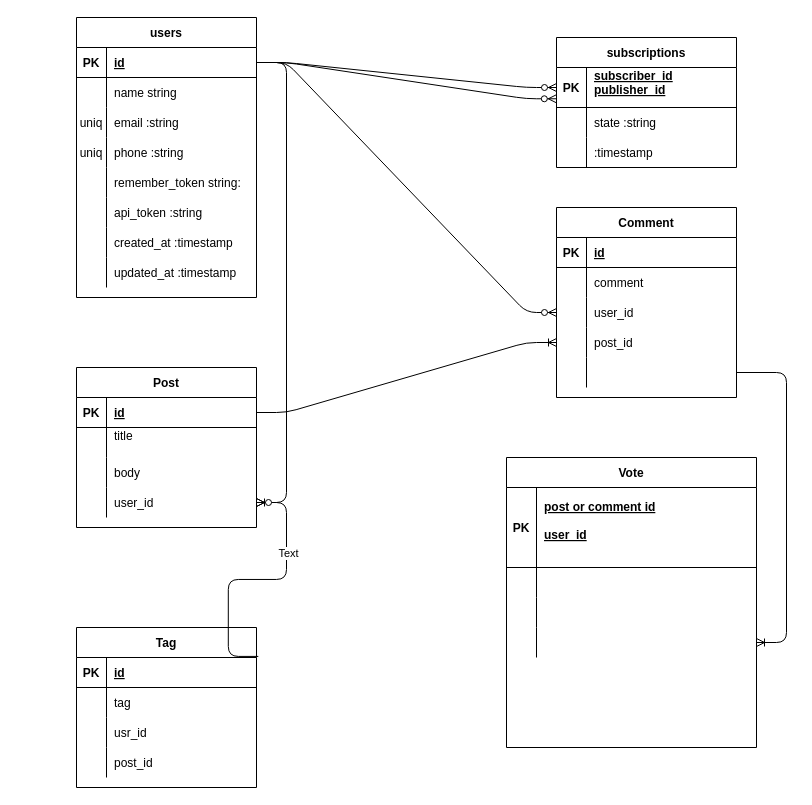
Earlier version of the draw.io diagram Untitled Diagram.drawio (ibrahimahmed1998/backend_cscamp). Source tidied: cells renumbered, new cells numbered last; positions are measured from the earlier drawing's top-left corner, leaving out a move shared by most shapes. Both pictures are drawn from the tidied source at 100%, with x=0, y=0 at pixel (76, 17).
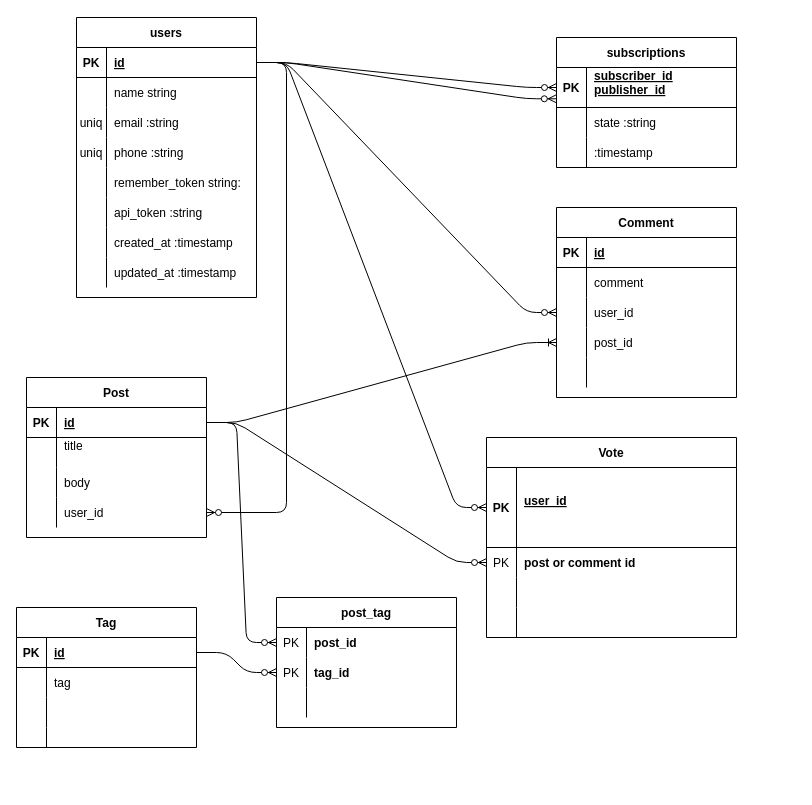
Above is the later version.

Unchanged cells that the change refers to:
```xml
<mxCell id="3" style="shape=partialRectangle;fillColor=none;points=[[0,0.5],[1,0.5]];portConstraint=eastwest;top=0;left=0;right=0;bottom=1;" parent="2" vertex="1">
  <mxGeometry y="30" width="180" height="30" as="geometry" />
</mxCell>
<mxCell id="40" style="shape=partialRectangle;fillColor=none;top=0;left=0;bottom=1;right=0;points=[[0,0.5],[1,0.5]];portConstraint=eastwest;" parent="39" vertex="1">
  <mxGeometry y="30" width="180" height="30" as="geometry" />
</mxCell>
<mxCell id="49" style="shape=partialRectangle;fillColor=none;top=0;left=0;bottom=0;right=0;points=[[0,0.5],[1,0.5]];portConstraint=eastwest;" parent="39" vertex="1">
  <mxGeometry y="120" width="180" height="30" as="geometry" />
</mxCell>
<mxCell id="53" style="shape=partialRectangle;fillColor=none;top=0;left=0;bottom=1;right=0;points=[[0,0.5],[1,0.5]];portConstraint=eastwest;" parent="52" vertex="1">
  <mxGeometry y="30" width="180" height="30" as="geometry" />
</mxCell>
<mxCell id="59" style="shape=partialRectangle;fillColor=none;top=0;left=0;bottom=0;right=0;" parent="52" vertex="1">
  <mxGeometry y="90" width="180" height="30" as="geometry" />
</mxCell>
<mxCell id="78" style="shape=partialRectangle;fillColor=none;top=0;left=0;bottom=0;right=0;points=[[0,0.5],[1,0.5]];portConstraint=eastwest;" parent="65" vertex="1">
  <mxGeometry y="150" width="180" height="30" as="geometry" />
</mxCell>
<mxCell id="87" style="shape=partialRectangle;fillColor=none;top=0;left=0;bottom=1;right=0;points=[[0,0.5],[1,0.5]];portConstraint=eastwest;" parent="86" vertex="1">
  <mxGeometry y="30" width="250" height="80" as="geometry" />
</mxCell>
<mxCell id="90" style="shape=partialRectangle;fillColor=none;top=0;left=0;bottom=0;right=0;points=[[0,0.5],[1,0.5]];portConstraint=eastwest;" parent="86" vertex="1">
  <mxGeometry y="110" width="250" height="30" as="geometry" />
</mxCell>
<mxCell id="96" style="shape=partialRectangle;fillColor=none;top=0;left=0;bottom=0;right=0;points=[[0,0.5],[1,0.5]];portConstraint=eastwest;" parent="86" vertex="1">
  <mxGeometry y="170" width="250" height="30" as="geometry" />
</mxCell>
```

What changed in the source:
```diff
@@
     <mxCell id="39" value="Post" style="shape=table;startSize=30;childLayout=tableLayout;rowLines=0;fontStyle=1;align=center;" parent="1" vertex="1">
-      <mxGeometry y="350" width="180" height="160" as="geometry" />
+      <mxGeometry x="-50" y="360" width="180" height="160" as="geometry" />
     </mxCell>
@@
     <mxCell id="52" value="Tag" style="shape=table;startSize=30;childLayout=tableLayout;rowLines=0;fontStyle=1;align=center;" parent="1" vertex="1">
-      <mxGeometry y="610" width="180" height="160" as="geometry" />
+      <mxGeometry x="-60" y="590" width="180" height="140" as="geometry" />
     </mxCell>
@@
-    <mxCell id="61" value="usr_id" style="shape=partialRectangle;fillColor=none;top=0;left=0;bottom=0;right=0;align=left;spacingLeft=6;overflow=hidden;" parent="59" vertex="1">
+    <mxCell id="61" style="shape=partialRectangle;fillColor=none;top=0;left=0;bottom=0;right=0;align=left;spacingLeft=6;overflow=hidden;" parent="59" vertex="1">
       <mxGeometry x="30" width="150" height="30" as="geometry" />
     </mxCell>
     <mxCell id="62" style="shape=partialRectangle;fillColor=none;top=0;left=0;bottom=0;right=0;" parent="52" vertex="1">
-      <mxGeometry y="120" width="180" height="30" as="geometry" />
+      <mxGeometry y="120" width="180" height="20" as="geometry" />
     </mxCell>
     <mxCell id="63" style="shape=partialRectangle;fillColor=none;top=0;left=0;bottom=0;right=0;overflow=hidden;" parent="62" vertex="1">
-      <mxGeometry width="30" height="30" as="geometry" />
+      <mxGeometry width="30" height="20" as="geometry" />
     </mxCell>
-    <mxCell id="64" value="post_id" style="shape=partialRectangle;fillColor=none;top=0;left=0;bottom=0;right=0;align=left;spacingLeft=6;overflow=hidden;" parent="62" vertex="1">
-      <mxGeometry x="30" width="150" height="30" as="geometry" />
+    <mxCell id="64" style="shape=partialRectangle;fillColor=none;top=0;left=0;bottom=0;right=0;align=left;spacingLeft=6;overflow=hidden;" parent="62" vertex="1">
+      <mxGeometry x="30" width="150" height="20" as="geometry" />
     </mxCell>
@@
-    <mxCell id="81" style="edgeStyle=entityRelationEdgeStyle;fontSize=12;html=1;endArrow=ERoneToMany;exitX=1.01;exitY=-0.036;exitDx=0;exitDy=0;exitPerimeter=0;" parent="1" edge="1" source="53" target="49">
-      <mxGeometry relative="1" as="geometry" />
-    </mxCell>
-    <mxCell id="82" value="Text" style="edgeLabel;html=1;align=center;verticalAlign=middle;" parent="81" vertex="1">
-      <mxGeometry x="0.41" y="-1" relative="1" as="geometry" />
-    </mxCell>
@@
     <mxCell id="86" value="Vote" style="shape=table;startSize=30;childLayout=tableLayout;rowLines=0;fontStyle=1;align=center;" parent="1" vertex="1">
-      <mxGeometry x="430" y="440" width="250" height="290" as="geometry" />
+      <mxGeometry x="410" y="420" width="250" height="200" as="geometry" />
     </mxCell>
@@
-    <mxCell id="89" value="post or comment id &#10;&#10;user_id&#10;" style="shape=partialRectangle;fillColor=none;top=0;left=0;bottom=0;right=0;align=left;spacingLeft=6;fontStyle=5;overflow=hidden;" parent="87" vertex="1">
+    <mxCell id="89" value="user_id&#10;" style="shape=partialRectangle;fillColor=none;top=0;left=0;bottom=0;right=0;align=left;spacingLeft=6;fontStyle=5;overflow=hidden;" parent="87" vertex="1">
       <mxGeometry x="30" width="220" height="80" as="geometry" />
     </mxCell>
@@
-    <mxCell id="91" style="shape=partialRectangle;fillColor=none;top=0;left=0;bottom=0;right=0;overflow=hidden;" parent="90" vertex="1">
+    <mxCell id="91" value="PK" style="shape=partialRectangle;fillColor=none;top=0;left=0;bottom=0;right=0;overflow=hidden;" parent="90" vertex="1">
       <mxGeometry width="30" height="30" as="geometry" />
     </mxCell>
-    <mxCell id="92" style="shape=partialRectangle;fillColor=none;top=0;left=0;bottom=0;right=0;align=left;spacingLeft=6;overflow=hidden;" parent="90" vertex="1">
+    <mxCell id="92" value="post or comment id " style="shape=partialRectangle;fillColor=none;top=0;left=0;bottom=0;right=0;align=left;spacingLeft=6;overflow=hidden;fontStyle=1;" parent="90" vertex="1">
       <mxGeometry x="30" width="220" height="30" as="geometry" />
     </mxCell>
@@
-    <mxCell id="99" style="edgeStyle=entityRelationEdgeStyle;fontSize=12;html=1;endArrow=ERoneToMany;exitX=1;exitY=0.5;exitDx=0;exitDy=0;" parent="1" edge="1" source="78" target="96">
-      <mxGeometry relative="1" as="geometry" />
-    </mxCell>
+    <mxCell id="100" value="post_tag" style="shape=table;startSize=30;childLayout=tableLayout;rowLines=0;fontStyle=1;align=center;" parent="1" vertex="1">
+      <mxGeometry x="200" y="580" width="180" height="130" as="geometry" />
+    </mxCell>
+    <mxCell id="101" style="shape=partialRectangle;fillColor=none;top=0;left=0;bottom=0;right=0;points=[[0,0.5],[1,0.5]];portConstraint=eastwest;" parent="100" vertex="1">
+      <mxGeometry y="30" width="180" height="30" as="geometry" />
+    </mxCell>
+    <mxCell id="102" value="PK" style="shape=partialRectangle;fillColor=none;top=0;left=0;bottom=0;right=0;overflow=hidden;" parent="101" vertex="1">
+      <mxGeometry width="30" height="30" as="geometry" />
+    </mxCell>
+    <mxCell id="103" value="post_id" style="shape=partialRectangle;fillColor=none;top=0;left=0;bottom=0;right=0;align=left;spacingLeft=6;overflow=hidden;fontStyle=1;" parent="101" vertex="1">
+      <mxGeometry x="30" width="150" height="30" as="geometry" />
+    </mxCell>
+    <mxCell id="104" style="shape=partialRectangle;fillColor=none;top=0;left=0;bottom=0;right=0;points=[[0,0.5],[1,0.5]];portConstraint=eastwest;" parent="100" vertex="1">
+      <mxGeometry y="60" width="180" height="30" as="geometry" />
+    </mxCell>
+    <mxCell id="105" value="PK" style="shape=partialRectangle;fillColor=none;top=0;left=0;bottom=0;right=0;overflow=hidden;" parent="104" vertex="1">
+      <mxGeometry width="30" height="30" as="geometry" />
+    </mxCell>
+    <mxCell id="106" value="tag_id" style="shape=partialRectangle;fillColor=none;top=0;left=0;bottom=0;right=0;align=left;spacingLeft=6;overflow=hidden;fontStyle=1;" parent="104" vertex="1">
+      <mxGeometry x="30" width="150" height="30" as="geometry" />
+    </mxCell>
+    <mxCell id="107" style="shape=partialRectangle;fillColor=none;top=0;left=0;bottom=0;right=0;" parent="100" vertex="1">
+      <mxGeometry y="90" width="180" height="30" as="geometry" />
+    </mxCell>
+    <mxCell id="108" style="shape=partialRectangle;fillColor=none;top=0;left=0;bottom=0;right=0;overflow=hidden;" parent="107" vertex="1">
+      <mxGeometry width="30" height="30" as="geometry" />
+    </mxCell>
+    <mxCell id="109" style="shape=partialRectangle;fillColor=none;top=0;left=0;bottom=0;right=0;align=left;spacingLeft=6;overflow=hidden;" parent="107" vertex="1">
+      <mxGeometry x="30" width="150" height="30" as="geometry" />
+    </mxCell>
+    <mxCell id="110" style="edgeStyle=entityRelationEdgeStyle;fontSize=12;html=1;endArrow=ERzeroToMany;endFill=1;" parent="1" edge="1" source="40" target="101">
+      <mxGeometry relative="1" as="geometry" />
+    </mxCell>
+    <mxCell id="111" style="edgeStyle=entityRelationEdgeStyle;fontSize=12;html=1;endArrow=ERzeroToMany;endFill=1;" parent="1" edge="1" source="53" target="104">
+      <mxGeometry relative="1" as="geometry" />
+    </mxCell>
+    <mxCell id="112" style="edgeStyle=entityRelationEdgeStyle;fontSize=12;html=1;endArrow=ERzeroToMany;endFill=1;" parent="1" edge="1" source="40" target="90">
+      <mxGeometry relative="1" as="geometry" />
+    </mxCell>
+    <mxCell id="113" style="edgeStyle=entityRelationEdgeStyle;fontSize=12;html=1;endArrow=ERzeroToMany;endFill=1;" parent="1" edge="1" source="3" target="87">
+      <mxGeometry relative="1" as="geometry" />
+    </mxCell>
```
